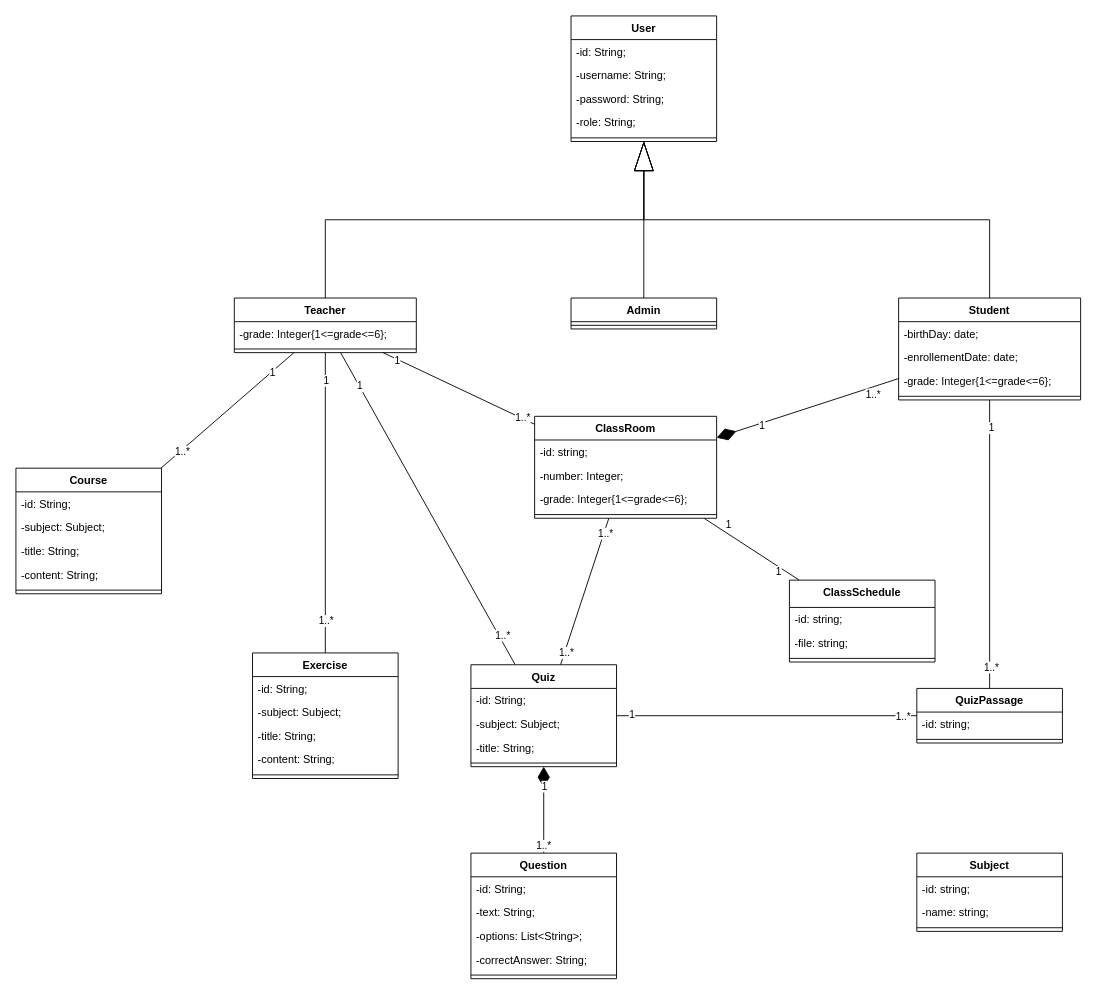
This is ConceptionUML/TaalomIT_UML.drawio from berghach/TaalomIT, a draw.io file, before an edit. Source tidied: cells renumbered, new cells numbered last; positions are measured from the earlier drawing's top-left corner, leaving out a move shared by most shapes. Both pictures are drawn from the tidied source at 91%, with x=0, y=0 at pixel (15, 15).
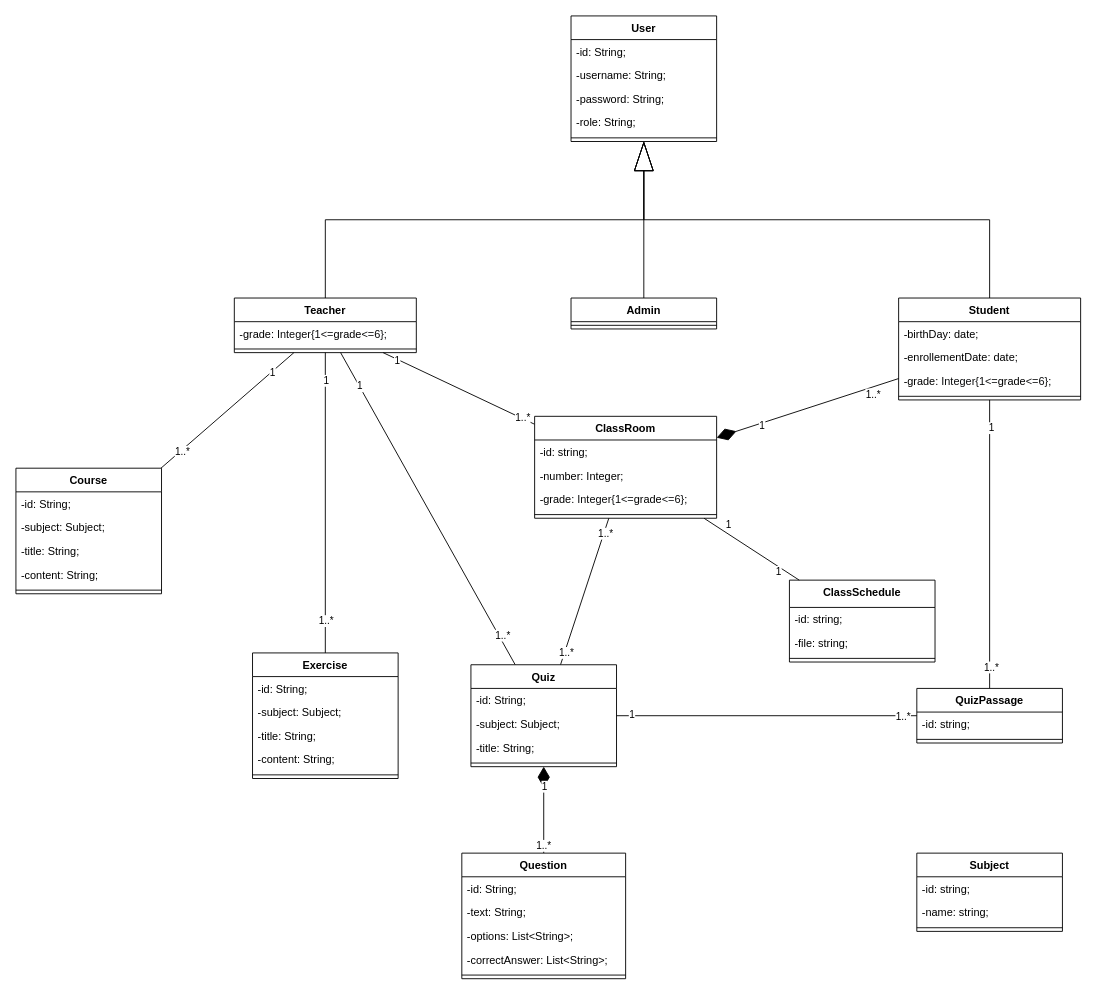
The same diagram, later.

The edit, as a diff of the source:
```diff
@@
     <mxCell id="65" value="Question" style="swimlane;fontStyle=1;align=center;verticalAlign=top;horizontal=1;startSize=26;whiteSpace=wrap;html=1;" parent="1" vertex="1">
-      <mxGeometry x="500" y="920" width="160" height="138" as="geometry" />
+      <mxGeometry x="490" y="920" width="180" height="138" as="geometry" />
     </mxCell>
     <mxCell id="66" value="-id: String;" style="text;strokeColor=none;fillColor=none;align=left;verticalAlign=top;spacingLeft=4;spacingRight=4;overflow=hidden;whiteSpace=wrap;html=1;" parent="65" vertex="1">
-      <mxGeometry y="26" width="160" height="26" as="geometry" />
+      <mxGeometry y="26" width="180" height="26" as="geometry" />
     </mxCell>
     <mxCell id="67" value="-text: String;" style="text;strokeColor=none;fillColor=none;align=left;verticalAlign=top;spacingLeft=4;spacingRight=4;overflow=hidden;whiteSpace=wrap;html=1;" parent="65" vertex="1">
-      <mxGeometry y="52" width="160" height="26" as="geometry" />
+      <mxGeometry y="52" width="180" height="26" as="geometry" />
     </mxCell>
     <mxCell id="68" value="-options: List&amp;lt;String&amp;gt;;" style="text;strokeColor=none;fillColor=none;align=left;verticalAlign=top;spacingLeft=4;spacingRight=4;overflow=hidden;whiteSpace=wrap;html=1;" parent="65" vertex="1">
-      <mxGeometry y="78" width="160" height="26" as="geometry" />
+      <mxGeometry y="78" width="180" height="26" as="geometry" />
     </mxCell>
-    <mxCell id="69" value="-correctAnswer: String;" style="text;strokeColor=none;fillColor=none;align=left;verticalAlign=top;spacingLeft=4;spacingRight=4;overflow=hidden;whiteSpace=wrap;html=1;" parent="65" vertex="1">
-      <mxGeometry y="104" width="160" height="26" as="geometry" />
+    <mxCell id="69" value="-correctAnswer: List&amp;lt;String&amp;gt;;" style="text;strokeColor=none;fillColor=none;align=left;verticalAlign=top;spacingLeft=4;spacingRight=4;overflow=hidden;whiteSpace=wrap;html=1;" parent="65" vertex="1">
+      <mxGeometry y="104" width="180" height="26" as="geometry" />
     </mxCell>
     <mxCell id="70" style="line;strokeWidth=1;fillColor=none;align=left;verticalAlign=middle;spacingTop=-1;spacingLeft=3;spacingRight=3;labelPosition=right;strokeColor=inherit;" parent="65" vertex="1">
-      <mxGeometry y="130" width="160" height="8" as="geometry" />
+      <mxGeometry y="130" width="180" height="8" as="geometry" />
     </mxCell>
```
